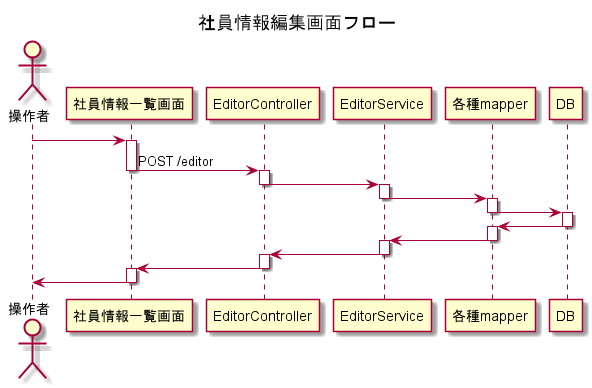
Earlier version of the PlantUML export docs/sequence/社員情報編集画面.png (ito-i1-kenta/jnaWebCourse).
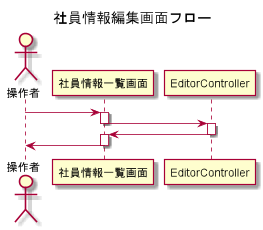
After the commit.

Diff of the diagram source:
```diff
@@ -6,37 +6,12 @@
 User -> 社員情報一覧画面
 
 activate 社員情報一覧画面
-社員情報一覧画面 -> EditorController :POST /editor
+社員情報一覧画面 -> EditorController
 deactivate 社員情報一覧画面
-
-activate EditorController
-EditorController -> EditorService
-deactivate EditorController
-
-activate EditorService
-EditorService -> 各種mapper
-deactivate EditorService
-
-activate 各種mapper
-各種mapper -> DB
-deactivate 各種mapper
-
-activate DB
-各種mapper <- DB
-deactivate DB
-
-activate 各種mapper
-EditorService <- 各種mapper
-deactivate 各種mapper
-
-activate EditorService
-EditorController <- EditorService
-deactivate EditorService
 
 activate EditorController
 社員情報一覧画面 <- EditorController
 deactivate EditorController
-
 
 activate 社員情報一覧画面
 User <- 社員情報一覧画面
```
